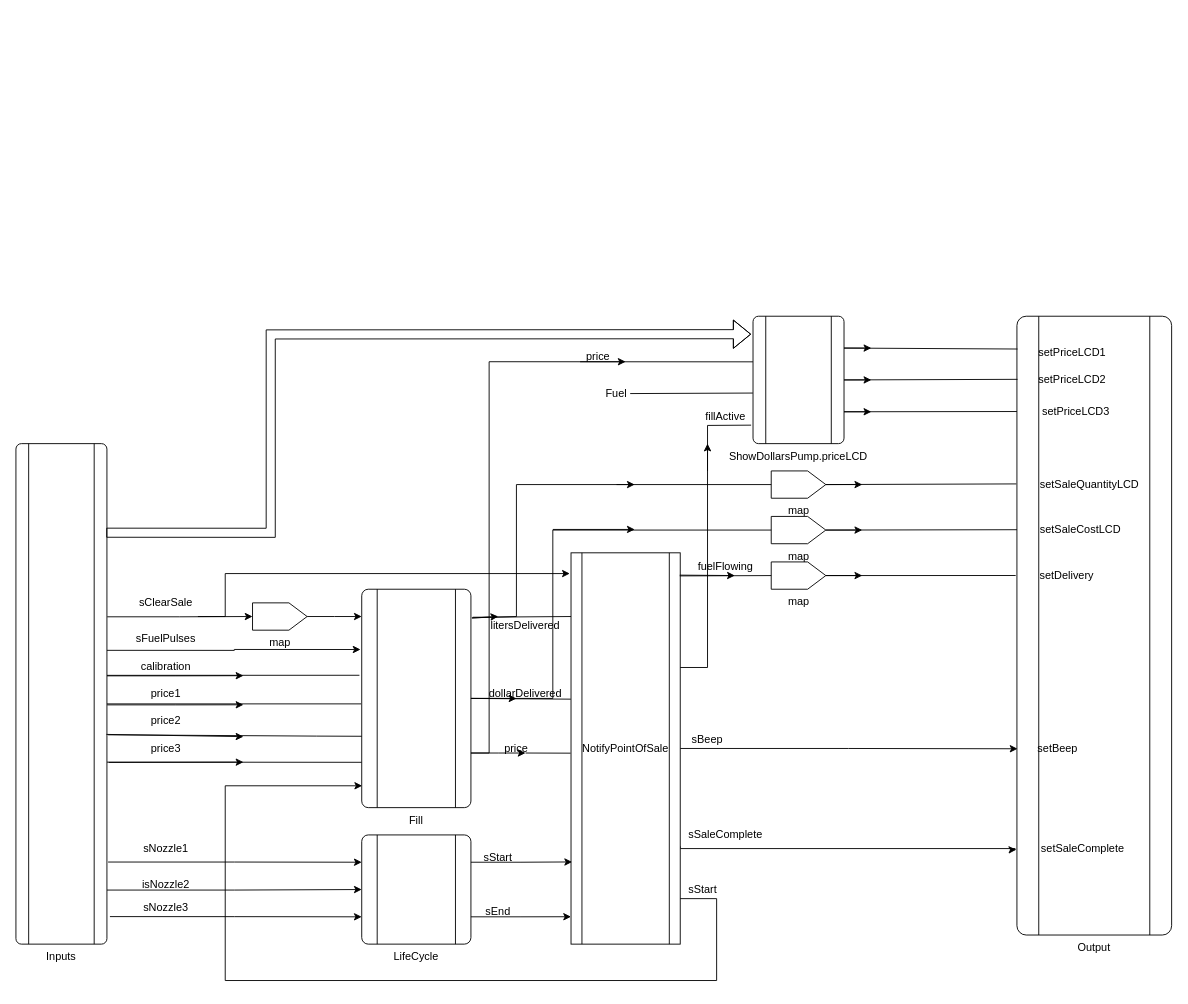
Earlier version of the draw.io diagram ClearSalePump.drawio (suzuki-taro-29/FRP-chap4-diagrams). Source tidied: cells renumbered, new cells numbered last; positions are measured from the earlier drawing's top-left corner, leaving out a move shared by most shapes. Both pictures are drawn from the tidied source at 91%, with x=0, y=0 at pixel (15, 316).
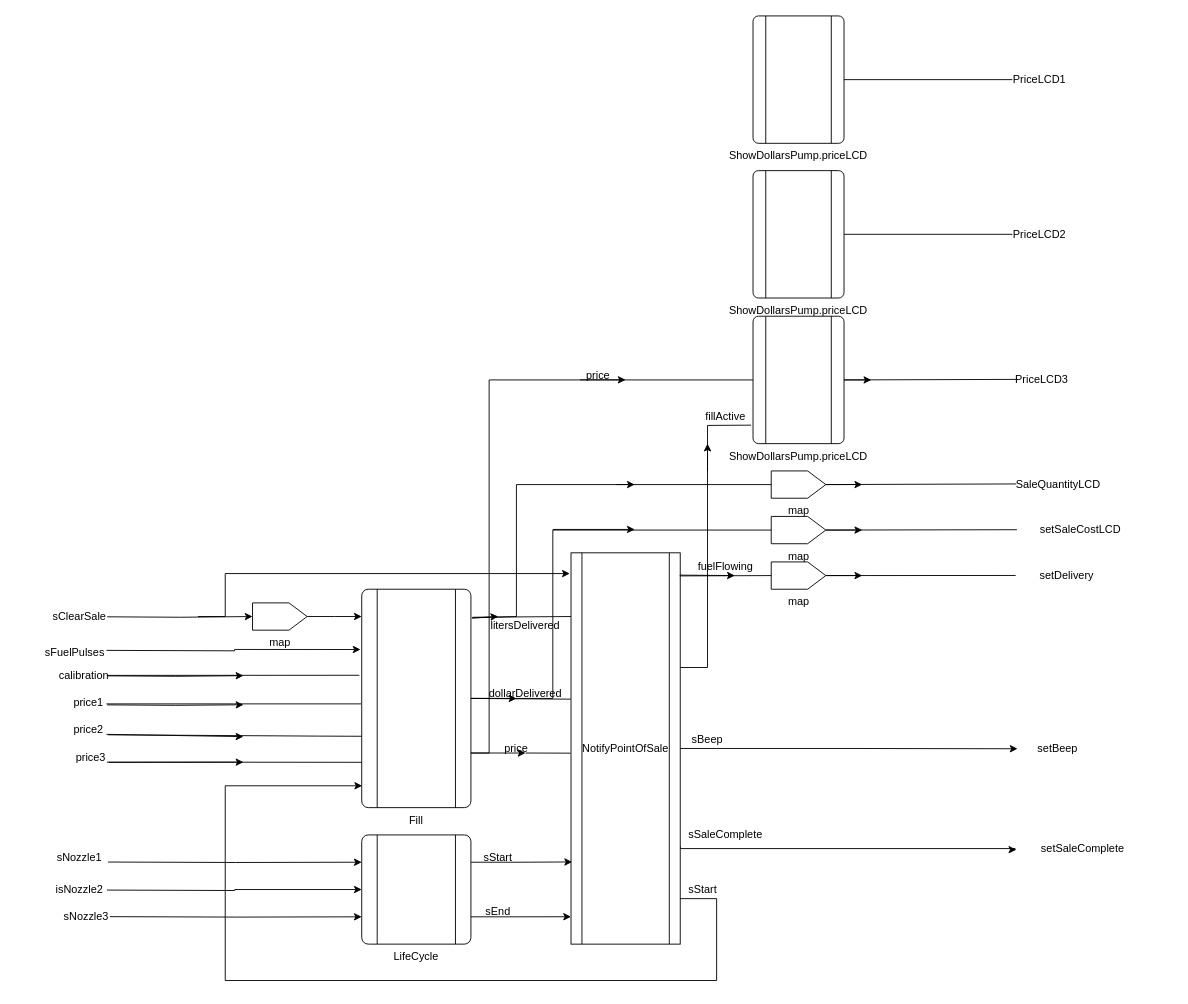
After the change.

Commit message:
ClearSalePump.drawio を更新します

Unchanged cells that the change refers to:
```xml
<mxCell id="4" value="Fill" style="verticalLabelPosition=bottom;verticalAlign=top;html=1;shape=process;whiteSpace=wrap;rounded=1;size=0.14;arcSize=6;" parent="1" vertex="1">
  <mxGeometry x="380" y="300" width="120" height="240" as="geometry" />
</mxCell>
<mxCell id="7" value="NotifyPointOfSale" style="shape=process;whiteSpace=wrap;html=1;backgroundOutline=1;" parent="1" vertex="1">
  <mxGeometry x="610" y="260" width="120" height="430" as="geometry" />
</mxCell>
<mxCell id="12" value="map" style="verticalLabelPosition=bottom;verticalAlign=top;html=1;shape=offPageConnector;rounded=0;size=0.33333333333333526;direction=north;" parent="1" vertex="1">
  <mxGeometry x="260" y="315" width="60" height="30" as="geometry" />
</mxCell>
<mxCell id="28" value="LifeCycle" style="verticalLabelPosition=bottom;verticalAlign=top;html=1;shape=process;whiteSpace=wrap;rounded=1;size=0.14;arcSize=6;" parent="1" vertex="1">
  <mxGeometry x="380" y="570" width="120" height="120" as="geometry" />
</mxCell>
<mxCell id="40" value="ShowDollarsPump.priceLCD" style="verticalLabelPosition=bottom;verticalAlign=top;html=1;shape=process;whiteSpace=wrap;rounded=1;size=0.14;arcSize=6;" parent="1" vertex="1">
  <mxGeometry x="810" width="100" height="140" as="geometry" />
</mxCell>
<mxCell id="42" value="map" style="verticalLabelPosition=bottom;verticalAlign=top;html=1;shape=offPageConnector;rounded=0;size=0.33333333333333526;direction=north;" parent="1" vertex="1">
  <mxGeometry x="830" y="270" width="60" height="30" as="geometry" />
</mxCell>
<mxCell id="48" value="map" style="verticalLabelPosition=bottom;verticalAlign=top;html=1;shape=offPageConnector;rounded=0;size=0.33333333333333526;direction=north;" parent="1" vertex="1">
  <mxGeometry x="830" y="220" width="60" height="30" as="geometry" />
</mxCell>
<mxCell id="50" value="map" style="verticalLabelPosition=bottom;verticalAlign=top;html=1;shape=offPageConnector;rounded=0;size=0.33333333333333526;direction=north;" parent="1" vertex="1">
  <mxGeometry x="830" y="170" width="60" height="30" as="geometry" />
</mxCell>
```

The edit, as a diff of the source:
```diff
@@
-    <mxCell id="2" value="Output" style="verticalLabelPosition=bottom;verticalAlign=top;html=1;shape=process;whiteSpace=wrap;rounded=1;size=0.14;arcSize=6;" parent="1" vertex="1">
-      <mxGeometry x="1100" width="170" height="680" as="geometry" />
-    </mxCell>
@@
-    <mxCell id="5" style="edgeStyle=orthogonalEdgeStyle;rounded=0;jettySize=auto;html=1;exitX=1;exitY=0.5;exitDx=0;exitDy=0;entryX=0.004;entryY=0.699;entryDx=0;entryDy=0;entryPerimeter=0;" parent="1" edge="1" source="7" target="2">
-      <mxGeometry relative="1" as="geometry" />
+    <mxCell id="5" style="edgeStyle=orthogonalEdgeStyle;rounded=0;jettySize=auto;html=1;exitX=1;exitY=0.5;exitDx=0;exitDy=0;entryX=0.004;entryY=0.699;entryDx=0;entryDy=0;entryPerimeter=0;" parent="1" edge="1" source="7">
+      <mxGeometry relative="1" as="geometry">
+        <mxPoint x="1100.7" y="475.3" as="targetPoint" />
+      </mxGeometry>
     </mxCell>
-    <mxCell id="6" style="edgeStyle=orthogonalEdgeStyle;rounded=0;jettySize=auto;html=1;exitX=1;exitY=0.75;exitDx=0;exitDy=0;entryX=-0.004;entryY=0.862;entryDx=0;entryDy=0;entryPerimeter=0;" parent="1" edge="1" source="7" target="2">
+    <mxCell id="6" style="edgeStyle=orthogonalEdgeStyle;rounded=0;jettySize=auto;html=1;exitX=1;exitY=0.75;exitDx=0;exitDy=0;entryX=-0.004;entryY=0.862;entryDx=0;entryDy=0;entryPerimeter=0;" parent="1" edge="1" source="7">
       <mxGeometry relative="1" as="geometry">
+        <mxPoint x="1099.3" y="586.2" as="targetPoint" />
         <Array as="points">
           <mxPoint x="730" y="585" />
           <mxPoint x="1098" y="585" />
           <mxPoint x="1098" y="586" />
         </Array>
       </mxGeometry>
     </mxCell>
@@
-    <mxCell id="8" style="edgeStyle=orthogonalEdgeStyle;rounded=0;jettySize=auto;html=1;exitX=1.003;exitY=0.346;exitDx=0;exitDy=0;exitPerimeter=0;" parent="1" edge="1" source="55" target="12">
-      <mxGeometry relative="1" as="geometry" />
+    <mxCell id="8" style="edgeStyle=orthogonalEdgeStyle;rounded=0;jettySize=auto;html=1;exitX=1.003;exitY=0.346;exitDx=0;exitDy=0;exitPerimeter=0;" parent="1" edge="1" target="12">
+      <mxGeometry relative="1" as="geometry">
+        <mxPoint x="100.3" y="330.3" as="sourcePoint" />
+      </mxGeometry>
     </mxCell>
@@
     <mxCell id="10" value="sClearSale" style="text;html=1;align=center;verticalAlign=middle;whiteSpace=wrap;rounded=0;" parent="1" vertex="1">
-      <mxGeometry x="115" y="300" width="100" height="30" as="geometry" />
+      <mxGeometry x="40" y="315" width="60" height="30" as="geometry" />
     </mxCell>
@@
     <mxCell id="13" value="sFuelPulses" style="text;html=1;align=center;verticalAlign=middle;whiteSpace=wrap;rounded=0;" parent="1" vertex="1">
-      <mxGeometry x="115" y="340" width="100" height="30" as="geometry" />
+      <mxGeometry x="30" y="355" width="70" height="30" as="geometry" />
     </mxCell>
-    <mxCell id="14" style="edgeStyle=orthogonalEdgeStyle;rounded=0;jettySize=auto;html=1;exitX=1;exitY=0.464;exitDx=0;exitDy=0;exitPerimeter=0;" parent="1" edge="1" source="55">
+    <mxCell id="14" style="edgeStyle=orthogonalEdgeStyle;rounded=0;orthogonalLoop=1;jettySize=auto;html=1;exitX=1;exitY=0.464;exitDx=0;exitDy=0;exitPerimeter=0;" parent="1" edge="1">
       <mxGeometry relative="1" as="geometry">
+        <mxPoint x="100" y="395.2" as="sourcePoint" />
         <mxPoint x="250" y="395" as="targetPoint" />
       </mxGeometry>
     </mxCell>
     <mxCell id="15" value="calibration" style="text;html=1;align=center;verticalAlign=middle;whiteSpace=wrap;rounded=0;" parent="1" vertex="1">
-      <mxGeometry x="120" y="370" width="90" height="30" as="geometry" />
+      <mxGeometry x="50" y="380" width="50" height="30" as="geometry" />
     </mxCell>
-    <mxCell id="16" style="edgeStyle=orthogonalEdgeStyle;rounded=0;jettySize=auto;html=1;exitX=1.003;exitY=0.522;exitDx=0;exitDy=0;exitPerimeter=0;" parent="1" edge="1" source="55">
+    <mxCell id="16" style="edgeStyle=orthogonalEdgeStyle;rounded=0;orthogonalLoop=1;jettySize=auto;html=1;exitX=1.003;exitY=0.522;exitDx=0;exitDy=0;exitPerimeter=0;" parent="1" edge="1">
       <mxGeometry relative="1" as="geometry">
+        <mxPoint x="100.3" y="427.1" as="sourcePoint" />
         <mxPoint x="250" y="427" as="targetPoint" />
       </mxGeometry>
     </mxCell>
     <mxCell id="17" value="price1" style="text;html=1;align=center;verticalAlign=middle;whiteSpace=wrap;rounded=0;" parent="1" vertex="1">
-      <mxGeometry x="135" y="400" width="60" height="30" as="geometry" />
+      <mxGeometry x="60" y="410" width="40" height="30" as="geometry" />
     </mxCell>
     <mxCell id="18" value="price2" style="text;html=1;align=center;verticalAlign=middle;whiteSpace=wrap;rounded=0;" parent="1" vertex="1">
-      <mxGeometry x="135" y="430" width="60" height="30" as="geometry" />
+      <mxGeometry x="60" y="440" width="40" height="30" as="geometry" />
     </mxCell>
     <mxCell id="19" value="price3" style="text;html=1;align=center;verticalAlign=middle;whiteSpace=wrap;rounded=0;" parent="1" vertex="1">
-      <mxGeometry x="135" y="460" width="60" height="30" as="geometry" />
+      <mxGeometry x="60" y="470" width="45" height="30" as="geometry" />
     </mxCell>
@@
-    <mxCell id="23" style="edgeStyle=orthogonalEdgeStyle;rounded=0;jettySize=auto;html=1;exitX=0.995;exitY=0.413;exitDx=0;exitDy=0;entryX=-0.011;entryY=0.276;entryDx=0;entryDy=0;entryPerimeter=0;exitPerimeter=0;" parent="1" edge="1" source="55" target="4">
-      <mxGeometry relative="1" as="geometry" />
+    <mxCell id="23" style="edgeStyle=orthogonalEdgeStyle;rounded=0;jettySize=auto;html=1;exitX=0.995;exitY=0.413;exitDx=0;exitDy=0;entryX=-0.011;entryY=0.276;entryDx=0;entryDy=0;entryPerimeter=0;exitPerimeter=0;" parent="1" edge="1" target="4">
+      <mxGeometry relative="1" as="geometry">
+        <mxPoint x="99.5" y="367.2" as="sourcePoint" />
+      </mxGeometry>
     </mxCell>
-    <mxCell id="24" style="endArrow=none;html=1;rounded=0;exitX=-0.021;exitY=0.394;exitDx=0;exitDy=0;exitPerimeter=0;entryX=1;entryY=0.463;entryDx=0;entryDy=0;entryPerimeter=0;" parent="1" edge="1" source="4" target="55">
-      <mxGeometry relative="1" as="geometry" />
+    <mxCell id="24" style="endArrow=none;html=1;rounded=0;exitX=-0.021;exitY=0.394;exitDx=0;exitDy=0;exitPerimeter=0;entryX=1;entryY=0.463;entryDx=0;entryDy=0;entryPerimeter=0;" parent="1" edge="1" source="4">
+      <mxGeometry relative="1" as="geometry">
+        <mxPoint x="100" y="394.7" as="targetPoint" />
+      </mxGeometry>
     </mxCell>
-    <mxCell id="25" style="endArrow=none;html=1;rounded=0;exitX=0.995;exitY=0.52;exitDx=0;exitDy=0;entryX=-0.006;entryY=0.525;entryDx=0;entryDy=0;entryPerimeter=0;exitPerimeter=0;" parent="1" edge="1" source="55" target="4">
-      <mxGeometry relative="1" as="geometry" />
+    <mxCell id="25" style="endArrow=none;html=1;rounded=0;exitX=0.995;exitY=0.52;exitDx=0;exitDy=0;entryX=-0.006;entryY=0.525;entryDx=0;entryDy=0;entryPerimeter=0;exitPerimeter=0;" parent="1" edge="1" target="4">
+      <mxGeometry relative="1" as="geometry">
+        <mxPoint x="99.5" y="426" as="sourcePoint" />
+      </mxGeometry>
     </mxCell>
@@
-    <mxCell id="29" style="edgeStyle=orthogonalEdgeStyle;rounded=0;jettySize=auto;html=1;entryX=0;entryY=0.25;entryDx=0;entryDy=0;exitX=1.013;exitY=0.836;exitDx=0;exitDy=0;exitPerimeter=0;" parent="1" edge="1" source="55" target="28">
-      <mxGeometry relative="1" as="geometry" />
+    <mxCell id="29" style="edgeStyle=orthogonalEdgeStyle;rounded=0;jettySize=auto;html=1;entryX=0;entryY=0.25;entryDx=0;entryDy=0;exitX=1.013;exitY=0.836;exitDx=0;exitDy=0;exitPerimeter=0;" parent="1" edge="1" target="28">
+      <mxGeometry relative="1" as="geometry">
+        <mxPoint x="101.3" y="599.8" as="sourcePoint" />
+      </mxGeometry>
     </mxCell>
     <mxCell id="30" value="sNozzle1" style="text;html=1;align=center;verticalAlign=middle;whiteSpace=wrap;rounded=0;" parent="1" vertex="1">
-      <mxGeometry x="120" y="570" width="90" height="30" as="geometry" />
+      <mxGeometry x="40" y="580" width="60" height="30" as="geometry" />
     </mxCell>
-    <mxCell id="31" style="edgeStyle=orthogonalEdgeStyle;rounded=0;jettySize=auto;html=1;exitX=1;exitY=0.892;exitDx=0;exitDy=0;exitPerimeter=0;" parent="1" edge="1" source="55" target="28">
-      <mxGeometry relative="1" as="geometry" />
+    <mxCell id="31" style="edgeStyle=orthogonalEdgeStyle;rounded=0;jettySize=auto;html=1;exitX=1;exitY=0.892;exitDx=0;exitDy=0;exitPerimeter=0;" parent="1" edge="1" target="28">
+      <mxGeometry relative="1" as="geometry">
+        <mxPoint x="100" y="630.6" as="sourcePoint" />
+      </mxGeometry>
     </mxCell>
     <mxCell id="32" value="isNozzle2" style="text;html=1;align=center;verticalAlign=middle;whiteSpace=wrap;rounded=0;" parent="1" vertex="1">
-      <mxGeometry x="120" y="610" width="90" height="30" as="geometry" />
+      <mxGeometry x="40" y="615" width="60" height="30" as="geometry" />
     </mxCell>
-    <mxCell id="33" style="edgeStyle=orthogonalEdgeStyle;rounded=0;jettySize=auto;html=1;exitX=1.033;exitY=0.945;exitDx=0;exitDy=0;entryX=0;entryY=0.75;entryDx=0;entryDy=0;exitPerimeter=0;" parent="1" edge="1" source="55" target="28">
-      <mxGeometry relative="1" as="geometry" />
+    <mxCell id="33" style="edgeStyle=orthogonalEdgeStyle;rounded=0;jettySize=auto;html=1;exitX=1.033;exitY=0.945;exitDx=0;exitDy=0;entryX=0;entryY=0.75;entryDx=0;entryDy=0;exitPerimeter=0;" parent="1" edge="1" target="28">
+      <mxGeometry relative="1" as="geometry">
+        <mxPoint x="103.3" y="659.8" as="sourcePoint" />
+      </mxGeometry>
     </mxCell>
     <mxCell id="34" value="sNozzle3" style="text;html=1;align=center;verticalAlign=middle;whiteSpace=wrap;rounded=0;" parent="1" vertex="1">
-      <mxGeometry x="120" y="635" width="90" height="30" as="geometry" />
+      <mxGeometry x="50" y="645" width="55" height="30" as="geometry" />
     </mxCell>
@@
-    <mxCell id="36" value="setSaleQuantityLCD" style="text;html=1;align=center;verticalAlign=middle;whiteSpace=wrap;rounded=0;" parent="1" vertex="1">
-      <mxGeometry x="1125" y="170" width="110" height="30" as="geometry" />
+    <mxCell id="36" value="SaleQuantityLCD" style="text;html=1;align=center;verticalAlign=middle;whiteSpace=wrap;rounded=0;" parent="1" vertex="1">
+      <mxGeometry x="1097.5" y="170" width="95" height="30" as="geometry" />
     </mxCell>
-    <mxCell id="37" value="setPriceLCD1" style="text;html=1;align=center;verticalAlign=middle;whiteSpace=wrap;rounded=0;" parent="1" vertex="1">
-      <mxGeometry x="1121" y="25" width="80" height="30" as="geometry" />
+    <mxCell id="37" value="PriceLCD1" style="text;html=1;align=center;verticalAlign=middle;whiteSpace=wrap;rounded=0;" parent="1" vertex="1">
+      <mxGeometry x="1095" y="-275" width="60" height="30" as="geometry" />
     </mxCell>
-    <mxCell id="38" value="setPriceLCD2" style="text;html=1;align=center;verticalAlign=middle;whiteSpace=wrap;rounded=0;" parent="1" vertex="1">
-      <mxGeometry x="1121" y="55" width="80" height="30" as="geometry" />
+    <mxCell id="38" value="PriceLCD2" style="text;html=1;align=center;verticalAlign=middle;whiteSpace=wrap;rounded=0;" parent="1" vertex="1">
+      <mxGeometry x="1095" y="-105" width="60" height="30" as="geometry" />
     </mxCell>
-    <mxCell id="39" value="setPriceLCD3" style="text;html=1;align=center;verticalAlign=middle;whiteSpace=wrap;rounded=0;" parent="1" vertex="1">
-      <mxGeometry x="1125" y="90" width="80" height="30" as="geometry" />
+    <mxCell id="39" value="PriceLCD3" style="text;html=1;align=center;verticalAlign=middle;whiteSpace=wrap;rounded=0;" parent="1" vertex="1">
+      <mxGeometry x="1095" y="55" width="65" height="30" as="geometry" />
     </mxCell>
@@
-    <mxCell id="43" style="endArrow=none;html=1;rounded=0;entryX=0.5;entryY=1;entryDx=0;entryDy=0;exitX=-0.008;exitY=0.419;exitDx=0;exitDy=0;exitPerimeter=0;" parent="1" edge="1" source="2" target="42">
-      <mxGeometry relative="1" as="geometry" />
+    <mxCell id="43" style="endArrow=none;html=1;rounded=0;entryX=0.5;entryY=1;entryDx=0;entryDy=0;exitX=-0.008;exitY=0.419;exitDx=0;exitDy=0;exitPerimeter=0;" parent="1" edge="1" target="42">
+      <mxGeometry relative="1" as="geometry">
+        <mxPoint x="1098.6" y="284.9" as="sourcePoint" />
+      </mxGeometry>
     </mxCell>
@@
-    <mxCell id="49" style="endArrow=none;html=1;rounded=0;entryX=0.5;entryY=1;entryDx=0;entryDy=0;exitX=0;exitY=0.345;exitDx=0;exitDy=0;exitPerimeter=0;" parent="1" edge="1" source="2" target="48">
-      <mxGeometry relative="1" as="geometry" />
+    <mxCell id="49" style="endArrow=none;html=1;rounded=0;entryX=0.5;entryY=1;entryDx=0;entryDy=0;exitX=0;exitY=0.345;exitDx=0;exitDy=0;exitPerimeter=0;" parent="1" edge="1" target="48">
+      <mxGeometry relative="1" as="geometry">
+        <mxPoint x="1100" y="234.6" as="sourcePoint" />
+      </mxGeometry>
     </mxCell>
@@
-    <mxCell id="51" style="endArrow=none;html=1;rounded=0;exitX=-0.004;exitY=0.271;exitDx=0;exitDy=0;entryX=0.5;entryY=1;entryDx=0;entryDy=0;exitPerimeter=0;" parent="1" edge="1" source="2" target="50">
-      <mxGeometry relative="1" as="geometry" />
+    <mxCell id="51" style="endArrow=none;html=1;rounded=0;exitX=-0.004;exitY=0.271;exitDx=0;exitDy=0;entryX=0.5;entryY=1;entryDx=0;entryDy=0;exitPerimeter=0;" parent="1" edge="1" target="50">
+      <mxGeometry relative="1" as="geometry">
+        <mxPoint x="1099.3" y="184.3" as="sourcePoint" />
+      </mxGeometry>
     </mxCell>
@@
-    <mxCell id="55" value="Inputs" style="verticalLabelPosition=bottom;verticalAlign=top;html=1;shape=process;whiteSpace=wrap;rounded=1;size=0.14;arcSize=6;" parent="1" vertex="1">
-      <mxGeometry y="140" width="100" height="550" as="geometry" />
-    </mxCell>
-    <mxCell id="56" style="endArrow=classic;html=1;rounded=0;exitX=0.995;exitY=0.581;exitDx=0;exitDy=0;exitPerimeter=0;" parent="1" edge="1" source="55">
+    <mxCell id="56" style="endArrow=classic;html=1;rounded=0;exitX=0.995;exitY=0.581;exitDx=0;exitDy=0;exitPerimeter=0;" parent="1" edge="1">
       <mxGeometry relative="1" as="geometry">
+        <mxPoint x="99.5" y="459.5" as="sourcePoint" />
         <mxPoint x="250" y="462" as="targetPoint" />
       </mxGeometry>
     </mxCell>
-    <mxCell id="57" style="endArrow=classic;html=1;rounded=0;exitX=1.02;exitY=0.637;exitDx=0;exitDy=0;exitPerimeter=0;" parent="1" edge="1" source="55">
+    <mxCell id="57" style="endArrow=classic;html=1;rounded=0;exitX=1.02;exitY=0.637;exitDx=0;exitDy=0;exitPerimeter=0;" parent="1" edge="1">
       <mxGeometry relative="1" as="geometry">
+        <mxPoint x="102" y="490.3" as="sourcePoint" />
         <mxPoint x="250" y="490" as="targetPoint" />
       </mxGeometry>
     </mxCell>
@@
-    <mxCell id="64" style="endArrow=none;html=1;rounded=0;entryX=-0.001;entryY=0.358;entryDx=0;entryDy=0;entryPerimeter=0;exitX=1;exitY=0.75;exitDx=0;exitDy=0;" parent="1" edge="1" source="4" target="40">
+    <mxCell id="64" style="endArrow=none;html=1;rounded=0;entryX=0;entryY=0.5;entryDx=0;entryDy=0;exitX=1;exitY=0.75;exitDx=0;exitDy=0;" parent="1" edge="1" source="4" target="40">
       <mxGeometry relative="1" as="geometry">
         <Array as="points">
           <mxPoint x="520" y="480" />
-          <mxPoint x="520" y="50" />
+          <mxPoint x="520" y="70" />
         </Array>
       </mxGeometry>
     </mxCell>
@@
-    <mxCell id="66" style="endArrow=none;html=1;rounded=0;entryX=0.004;entryY=0.102;entryDx=0;entryDy=0;exitX=1;exitY=0.5;exitDx=0;exitDy=0;entryPerimeter=0;" parent="1" edge="1" source="40" target="2">
-      <mxGeometry relative="1" as="geometry" />
+    <mxCell id="66" style="endArrow=none;html=1;rounded=0;entryX=0.004;entryY=0.102;entryDx=0;entryDy=0;exitX=1;exitY=0.5;exitDx=0;exitDy=0;entryPerimeter=0;" parent="1" edge="1" source="40">
+      <mxGeometry relative="1" as="geometry">
+        <mxPoint x="1100.7" y="69.4" as="targetPoint" />
+      </mxGeometry>
     </mxCell>
@@
-    <mxCell id="71" style="endArrow=none;html=1;rounded=0;entryX=0;entryY=0.154;entryDx=0;entryDy=0;exitX=1;exitY=0.75;exitDx=0;exitDy=0;entryPerimeter=0;" parent="1" edge="1" source="40" target="2">
-      <mxGeometry relative="1" as="geometry" />
-    </mxCell>
-    <mxCell id="72" style="endArrow=none;html=1;rounded=0;entryX=0.004;entryY=0.053;entryDx=0;entryDy=0;exitX=1;exitY=0.25;exitDx=0;exitDy=0;entryPerimeter=0;" parent="1" edge="1" source="40" target="2">
-      <mxGeometry relative="1" as="geometry" />
-    </mxCell>
-    <mxCell id="73" style="endArrow=classic;html=1;rounded=0;exitX=1;exitY=0.75;exitDx=0;exitDy=0;" parent="1" edge="1" source="40">
-      <mxGeometry relative="1" as="geometry">
-        <mxPoint x="940" y="105" as="targetPoint" />
-      </mxGeometry>
-    </mxCell>
-    <mxCell id="74" style="endArrow=classic;html=1;rounded=0;exitX=1;exitY=0.25;exitDx=0;exitDy=0;" parent="1" edge="1" source="40">
-      <mxGeometry relative="1" as="geometry">
-        <mxPoint x="940" y="35" as="targetPoint" />
-      </mxGeometry>
-    </mxCell>
-    <mxCell id="75" style="shape=flexArrow;endArrow=classic;html=1;rounded=0;exitX=0.993;exitY=0.178;exitDx=0;exitDy=0;exitPerimeter=0;entryX=-0.021;entryY=0.141;entryDx=0;entryDy=0;entryPerimeter=0;" parent="1" edge="1" source="55" target="40">
-      <mxGeometry relative="1" as="geometry">
-        <Array as="points">
-          <mxPoint x="280" y="238" />
-          <mxPoint x="280" y="20" />
-        </Array>
-      </mxGeometry>
-    </mxCell>
-    <mxCell id="76" value="Fuel" style="text;html=1;align=center;verticalAlign=middle;whiteSpace=wrap;rounded=0;" parent="1" vertex="1">
-      <mxGeometry x="645" y="70" width="30" height="30" as="geometry" />
-    </mxCell>
-    <mxCell id="77" style="endArrow=none;html=1;rounded=0;entryX=1;entryY=0.5;entryDx=0;entryDy=0;exitX=-0.002;exitY=0.603;exitDx=0;exitDy=0;exitPerimeter=0;" parent="1" edge="1" source="40" target="76">
-      <mxGeometry relative="1" as="geometry" />
-    </mxCell>
@@
     <mxCell id="90" style="endArrow=classic;html=1;rounded=0;" parent="1" edge="1">
       <mxGeometry relative="1" as="geometry">
-        <mxPoint x="620" y="50" as="sourcePoint" />
-        <mxPoint x="670" y="50" as="targetPoint" />
+        <mxPoint x="620" y="69.9" as="sourcePoint" />
+        <mxPoint x="670" y="69.9" as="targetPoint" />
       </mxGeometry>
     </mxCell>
     <mxCell id="91" value="price" style="text;html=1;align=center;verticalAlign=middle;whiteSpace=wrap;rounded=0;" parent="1" vertex="1">
-      <mxGeometry x="610" y="30" width="60" height="30" as="geometry" />
+      <mxGeometry x="610" y="50" width="60" height="30" as="geometry" />
     </mxCell>
+    <mxCell id="92" value="ShowDollarsPump.priceLCD" style="verticalLabelPosition=bottom;verticalAlign=top;html=1;shape=process;whiteSpace=wrap;rounded=1;size=0.14;arcSize=6;" parent="1" vertex="1">
+      <mxGeometry x="810" y="-330" width="100" height="140" as="geometry" />
+    </mxCell>
+    <mxCell id="93" value="ShowDollarsPump.priceLCD" style="verticalLabelPosition=bottom;verticalAlign=top;html=1;shape=process;whiteSpace=wrap;rounded=1;size=0.14;arcSize=6;" parent="1" vertex="1">
+      <mxGeometry x="810" y="-160" width="100" height="140" as="geometry" />
+    </mxCell>
+    <mxCell id="94" style="endArrow=none;html=1;rounded=0;entryX=1;entryY=0.5;entryDx=0;entryDy=0;exitX=0;exitY=0.5;exitDx=0;exitDy=0;" parent="1" edge="1" source="37" target="92">
+      <mxGeometry relative="1" as="geometry" />
+    </mxCell>
+    <mxCell id="95" style="endArrow=none;html=1;rounded=0;exitX=1;exitY=0.5;exitDx=0;exitDy=0;entryX=0;entryY=0.5;entryDx=0;entryDy=0;" parent="1" edge="1" source="93" target="38">
+      <mxGeometry relative="1" as="geometry" />
+    </mxCell>
```
